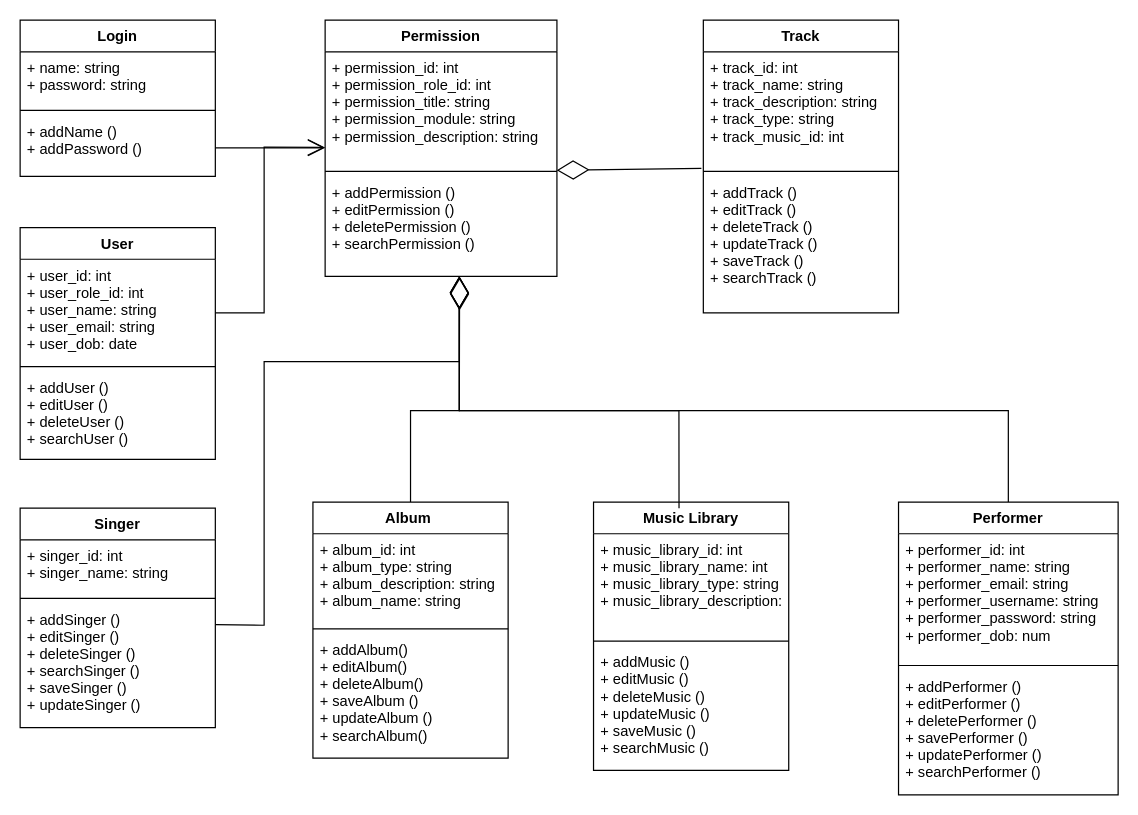
Above: page "Class Diagram" (1 of 4) of Mobile dev.drawio in phuongthunee/Online-Music-Player (draw.io), before the change. Source tidied: cells renumbered, new cells numbered last; positions are measured from the earlier drawing's top-left corner, leaving out a move shared by most shapes. Both pictures are drawn from the tidied source at 122%, with x=0, y=0 at pixel (20, 20).
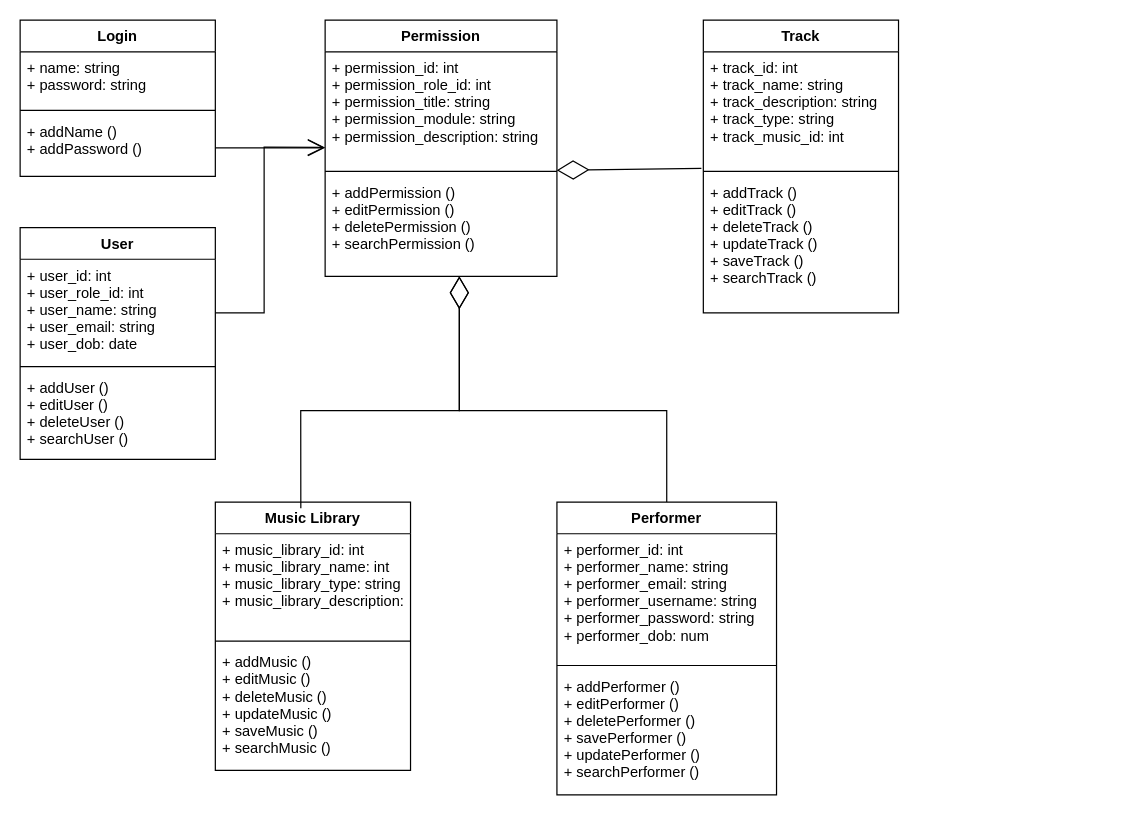
The same page after the edit.

Unchanged cells that the change refers to:
```xml
<mxCell id="17" value="+ addPermission ()&#10;+ editPermission ()&#10;+ deletePermission ()&#10;+ searchPermission ()" style="text;strokeColor=none;fillColor=none;align=left;verticalAlign=top;spacingLeft=4;spacingRight=4;overflow=hidden;points=[[0,0.5],[1,0.5]];portConstraint=eastwest;" parent="14" vertex="1">
  <mxGeometry y="128" width="190" height="82" as="geometry" />
</mxCell>
```

Change to the diagram source:
```diff
@@
-    <mxCell id="2" value="Album " style="swimlane;fontStyle=1;align=center;verticalAlign=top;horizontal=1;startSize=26;" parent="1" vertex="1">
-      <mxGeometry x="240" y="395" width="160" height="210" as="geometry" />
-    </mxCell>
-    <mxCell id="3" value="+ album_id: int&#10;+ album_type: string&#10;+ album_description: string&#10;+ album_name: string" style="text;strokeColor=none;fillColor=none;align=left;verticalAlign=top;spacingLeft=4;spacingRight=4;overflow=hidden;" parent="2" vertex="1">
-      <mxGeometry y="26" width="160" height="74" as="geometry" />
-    </mxCell>
-    <mxCell id="4" style="line;strokeWidth=1;fillColor=none;align=left;verticalAlign=middle;spacingTop=-1;spacingLeft=3;spacingRight=3;labelPosition=right;strokeColor=inherit;" parent="2" vertex="1">
-      <mxGeometry y="100" width="160" height="8" as="geometry" />
-    </mxCell>
-    <mxCell id="5" value="+ addAlbum()&#10;+ editAlbum()&#10;+ deleteAlbum()&#10;+ saveAlbum ()&#10;+ updateAlbum ()&#10;+ searchAlbum()" style="text;strokeColor=none;fillColor=none;align=left;verticalAlign=top;spacingLeft=4;spacingRight=4;overflow=hidden;" parent="2" vertex="1">
-      <mxGeometry y="108" width="160" height="102" as="geometry" />
-    </mxCell>
@@
     <mxCell id="10" value="Performer" style="swimlane;fontStyle=1;align=center;verticalAlign=top;horizontal=1;startSize=26;" parent="1" vertex="1">
-      <mxGeometry x="720" y="395" width="180" height="240" as="geometry" />
+      <mxGeometry x="440" y="395" width="180" height="240" as="geometry" />
     </mxCell>
@@
-    <mxCell id="18" value="Singer" style="swimlane;fontStyle=1;align=center;verticalAlign=top;horizontal=1;startSize=26;" parent="1" vertex="1">
-      <mxGeometry y="400" width="160" height="180" as="geometry" />
-    </mxCell>
-    <mxCell id="19" value="+ singer_id: int  &#10;+ singer_name: string " style="text;strokeColor=none;fillColor=none;align=left;verticalAlign=top;spacingLeft=4;spacingRight=4;overflow=hidden;" parent="18" vertex="1">
-      <mxGeometry y="26" width="160" height="44" as="geometry" />
-    </mxCell>
-    <mxCell id="20" style="line;strokeWidth=1;fillColor=none;align=left;verticalAlign=middle;spacingTop=-1;spacingLeft=3;spacingRight=3;labelPosition=right;strokeColor=inherit;" parent="18" vertex="1">
-      <mxGeometry y="70" width="160" height="8" as="geometry" />
-    </mxCell>
-    <mxCell id="21" value="+ addSinger ()&#10;+ editSinger ()&#10;+ deleteSinger ()&#10;+ searchSinger ()&#10;+ saveSinger ()&#10;+ updateSinger ()" style="text;strokeColor=none;fillColor=none;align=left;verticalAlign=top;spacingLeft=4;spacingRight=4;overflow=hidden;points=[[0,0.5],[1,0.5]];portConstraint=eastwest;" parent="18" vertex="1">
-      <mxGeometry y="78" width="160" height="102" as="geometry" />
-    </mxCell>
     <mxCell id="22" value="Music Library" style="swimlane;fontStyle=1;align=center;verticalAlign=top;horizontal=1;startSize=26;" parent="1" vertex="1">
-      <mxGeometry x="470" y="395" width="160" height="220" as="geometry" />
+      <mxGeometry x="160" y="395" width="160" height="220" as="geometry" />
     </mxCell>
@@
     <mxCell id="35" style="endArrow=diamondThin;endFill=0;endSize=24;html=1;rounded=0;exitX=0.5;exitY=0;exitDx=0;exitDy=0;" parent="1" edge="1" source="10">
       <mxGeometry relative="1" as="geometry">
         <mxPoint x="360" y="210" as="targetPoint" />
         <Array as="points">
-          <mxPoint x="810" y="320" />
-          <mxPoint x="640" y="320" />
+          <mxPoint x="530" y="320" />
           <mxPoint x="360" y="320" />
         </Array>
       </mxGeometry>
     </mxCell>
     <mxCell id="36" style="endArrow=diamondThin;endFill=0;endSize=24;html=1;rounded=0;exitX=0.438;exitY=0.023;exitDx=0;exitDy=0;exitPerimeter=0;" parent="1" edge="1" source="22">
       <mxGeometry relative="1" as="geometry">
         <mxPoint x="360" y="210" as="targetPoint" />
         <Array as="points">
-          <mxPoint x="540" y="320" />
+          <mxPoint x="230" y="320" />
           <mxPoint x="360" y="320" />
         </Array>
       </mxGeometry>
     </mxCell>
-    <mxCell id="37" style="endArrow=diamondThin;endFill=0;endSize=24;html=1;rounded=0;entryX=0.58;entryY=1.012;entryDx=0;entryDy=0;entryPerimeter=0;exitX=0.5;exitY=0;exitDx=0;exitDy=0;" parent="1" edge="1" source="2" target="17">
-      <mxGeometry relative="1" as="geometry">
-        <Array as="points">
-          <mxPoint x="320" y="320" />
-          <mxPoint x="360" y="320" />
-        </Array>
-      </mxGeometry>
-    </mxCell>
@@
-    <mxCell id="40" style="endArrow=diamondThin;endFill=0;endSize=24;html=1;rounded=0;exitX=1.002;exitY=0.172;exitDx=0;exitDy=0;exitPerimeter=0;" parent="1" edge="1" source="21">
-      <mxGeometry relative="1" as="geometry">
-        <mxPoint x="360" y="210" as="targetPoint" />
-        <Array as="points">
-          <mxPoint x="200" y="496" />
-          <mxPoint x="200" y="280" />
-          <mxPoint x="360" y="280" />
-        </Array>
-      </mxGeometry>
-    </mxCell>
```
